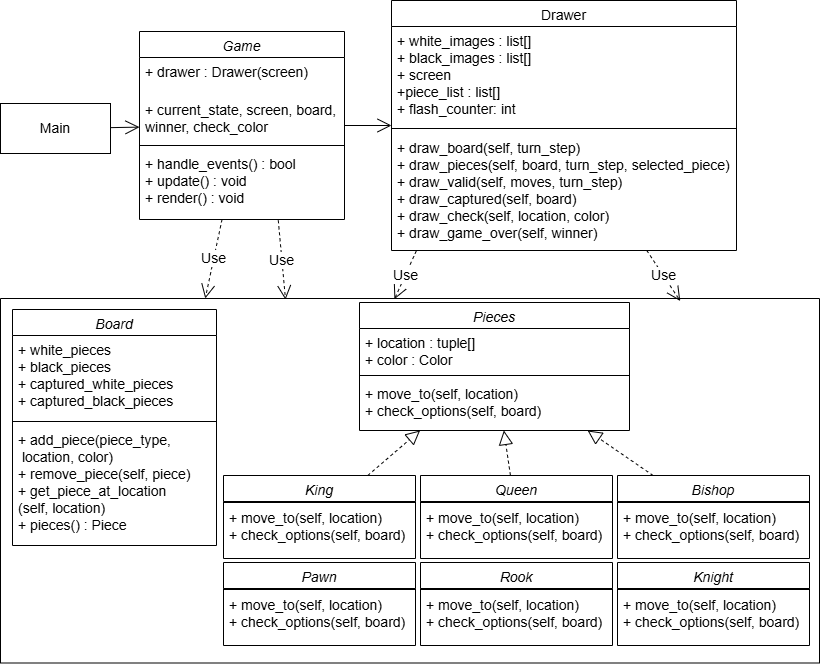
This is diagrams/diagram_facade.png from arturdsilva/pygameChess, a draw.io export, as it was before one commit. Source tidied: cells renumbered, new cells last; positions are measured from the earlier drawing's top-left corner, leaving out a move shared by most shapes. The source it was exported from:
```xml
<mxGraphModel background="#ffffff">
  <root>
    <mxCell id="0" />
    <mxCell id="1" parent="0" />
    <mxCell id="2" value="Game" style="swimlane;fontStyle=2;align=center;verticalAlign=top;horizontal=1;startSize=26;rounded=0;shadow=0;strokeWidth=1;labelBackgroundColor=none;fontSize=14;" parent="1" vertex="1">
      <mxGeometry x="139" y="31" width="205" height="188" as="geometry" />
    </mxCell>
    <mxCell id="3" value="+ drawer : Drawer(screen)" style="text;align=left;verticalAlign=top;spacingLeft=4;spacingRight=4;overflow=hidden;rounded=0;shadow=0;html=0;labelBackgroundColor=none;fontSize=14;" parent="2" vertex="1">
      <mxGeometry y="26" width="205" height="38" as="geometry" />
    </mxCell>
    <mxCell id="4" value="+ current_state, screen, board,&#10;winner, check_color" style="text;align=left;verticalAlign=top;spacingLeft=4;spacingRight=4;overflow=hidden;labelBackgroundColor=none;fontSize=14;" parent="2" vertex="1">
      <mxGeometry y="64" width="205" height="46" as="geometry" />
    </mxCell>
    <mxCell id="5" style="line;html=1;strokeWidth=1;align=left;verticalAlign=middle;spacingTop=-1;spacingLeft=3;spacingRight=3;labelPosition=right;labelBackgroundColor=none;fontSize=14;" parent="2" vertex="1">
      <mxGeometry y="110" width="205" height="8" as="geometry" />
    </mxCell>
    <mxCell id="6" value="+ handle_events() : bool&#10;+ update() : void&#10;+ render() : void" style="text;align=left;verticalAlign=top;spacingLeft=4;spacingRight=4;overflow=hidden;points=[[0,0.5],[1,0.5]];portConstraint=eastwest;labelBackgroundColor=none;fontSize=14;" parent="2" vertex="1">
      <mxGeometry y="118" width="205" height="69" as="geometry" />
    </mxCell>
    <mxCell id="7" value="Drawer" style="swimlane;fontStyle=0;align=center;verticalAlign=top;horizontal=1;startSize=26;rounded=0;shadow=0;strokeWidth=1;labelBackgroundColor=none;fontSize=14;" parent="1" vertex="1">
      <mxGeometry x="391" width="345" height="250" as="geometry" />
    </mxCell>
    <mxCell id="8" value="+ white_images : list[]&#10;+ black_images : list[]&#10;+ screen&#10;+piece_list : list[]&#10;+ flash_counter: int" style="text;align=left;verticalAlign=top;spacingLeft=4;spacingRight=4;overflow=hidden;labelBackgroundColor=none;fontSize=14;" parent="7" vertex="1">
      <mxGeometry y="26" width="345" height="97" as="geometry" />
    </mxCell>
    <mxCell id="9" style="line;html=1;strokeWidth=1;align=left;verticalAlign=middle;spacingTop=-1;spacingLeft=3;spacingRight=3;labelPosition=right;labelBackgroundColor=none;fontSize=14;" parent="7" vertex="1">
      <mxGeometry y="123" width="345" height="10" as="geometry" />
    </mxCell>
    <mxCell id="10" value="+ draw_board(self, turn_step)&#10;+ draw_pieces(self, board, turn_step, selected_piece)&#10;+ draw_valid(self, moves, turn_step)&#10;+ draw_captured(self, board)&#10;+ draw_check(self, location, color)&#10;+ draw_game_over(self, winner)" style="text;align=left;verticalAlign=top;spacingLeft=4;spacingRight=4;overflow=hidden;points=[[0,0.5],[1,0.5]];portConstraint=eastwest;labelBackgroundColor=none;fontSize=14;" parent="7" vertex="1">
      <mxGeometry y="133" width="345" height="117" as="geometry" />
    </mxCell>
    <mxCell id="11" style="endArrow=open;endFill=1;endSize=12;html=1;rounded=0;labelBackgroundColor=none;fontColor=default;fontSize=14;" parent="1" edge="1" source="2" target="7">
      <mxGeometry relative="1" as="geometry" />
    </mxCell>
    <mxCell id="12" value="Main" style="html=1;whiteSpace=wrap;labelBackgroundColor=none;fontSize=14;" parent="1" vertex="1">
      <mxGeometry y="103" width="110" height="50" as="geometry" />
    </mxCell>
    <mxCell id="13" style="endArrow=open;endFill=1;endSize=12;html=1;rounded=0;labelBackgroundColor=none;fontColor=default;fontSize=14;" parent="1" edge="1" source="12" target="2">
      <mxGeometry relative="1" as="geometry" />
    </mxCell>
    <mxCell id="14" value="Use" style="endArrow=open;endSize=12;dashed=1;html=1;rounded=0;fontSize=14;entryX=0.25;entryY=0;entryDx=0;entryDy=0;" parent="1" edge="1" source="2" target="18">
      <mxGeometry relative="1" as="geometry" />
    </mxCell>
    <mxCell id="15" value="Use" style="endArrow=open;endSize=12;dashed=1;html=1;rounded=0;fontSize=14;exitX=0.072;exitY=1.003;exitDx=0;exitDy=0;exitPerimeter=0;entryX=0.481;entryY=0.002;entryDx=0;entryDy=0;entryPerimeter=0;" parent="1" edge="1" source="10" target="18">
      <mxGeometry relative="1" as="geometry" />
    </mxCell>
    <mxCell id="16" value="Use" style="endArrow=open;endSize=12;dashed=1;html=1;rounded=0;fontSize=14;exitX=0.677;exitY=1.027;exitDx=0;exitDy=0;exitPerimeter=0;entryX=0.348;entryY=0.003;entryDx=0;entryDy=0;entryPerimeter=0;" parent="1" edge="1" source="6" target="18">
      <mxGeometry relative="1" as="geometry" />
    </mxCell>
    <mxCell id="17" value="Use" style="endArrow=open;endSize=12;dashed=1;html=1;rounded=0;fontSize=14;entryX=0.83;entryY=0.007;entryDx=0;entryDy=0;entryPerimeter=0;" parent="1" edge="1" source="7" target="18">
      <mxGeometry relative="1" as="geometry" />
    </mxCell>
    <mxCell id="18" style="swimlane;startSize=0;" parent="1" vertex="1">
      <mxGeometry y="298" width="819" height="364.5" as="geometry" />
    </mxCell>
    <mxCell id="19" value="Pieces" style="swimlane;fontStyle=2;align=center;verticalAlign=top;horizontal=1;startSize=26;rounded=0;shadow=0;strokeWidth=1;labelBackgroundColor=none;fontSize=14;" parent="18" vertex="1">
      <mxGeometry x="359" y="4" width="270" height="128" as="geometry" />
    </mxCell>
    <mxCell id="20" value="+ location : tuple[]&#10;+ color : Color" style="text;align=left;verticalAlign=top;spacingLeft=4;spacingRight=4;overflow=hidden;rounded=0;shadow=0;html=0;labelBackgroundColor=none;fontSize=14;" parent="19" vertex="1">
      <mxGeometry y="26" width="270" height="43" as="geometry" />
    </mxCell>
    <mxCell id="21" style="line;html=1;strokeWidth=1;align=left;verticalAlign=middle;spacingTop=-1;spacingLeft=3;spacingRight=3;labelPosition=right;labelBackgroundColor=none;fontSize=14;" parent="19" vertex="1">
      <mxGeometry y="69" width="270" height="8" as="geometry" />
    </mxCell>
    <mxCell id="22" value="+ move_to(self, location)&#10;+ check_options(self, board) " style="text;align=left;verticalAlign=top;spacingLeft=4;spacingRight=4;overflow=hidden;labelBackgroundColor=none;fontSize=14;" parent="19" vertex="1">
      <mxGeometry y="77" width="270" height="49" as="geometry" />
    </mxCell>
    <mxCell id="23" value="Board" style="swimlane;fontStyle=2;align=center;verticalAlign=top;horizontal=1;startSize=26;rounded=0;shadow=0;strokeWidth=1;labelBackgroundColor=none;fontSize=14;" parent="18" vertex="1">
      <mxGeometry x="12" y="11" width="204" height="236" as="geometry" />
    </mxCell>
    <mxCell id="24" value="+ white_pieces&#10;+ black_pieces&#10;+ captured_white_pieces&#10;+ captured_black_pieces" style="text;align=left;verticalAlign=top;spacingLeft=4;spacingRight=4;overflow=hidden;rounded=0;shadow=0;html=0;labelBackgroundColor=none;fontSize=14;" parent="23" vertex="1">
      <mxGeometry y="26" width="204" height="82" as="geometry" />
    </mxCell>
    <mxCell id="25" style="line;html=1;strokeWidth=1;align=left;verticalAlign=middle;spacingTop=-1;spacingLeft=3;spacingRight=3;labelPosition=right;labelBackgroundColor=none;fontSize=14;" parent="23" vertex="1">
      <mxGeometry y="108" width="204" height="8" as="geometry" />
    </mxCell>
    <mxCell id="26" value="+ add_piece(piece_type,&#10; location, color)&#10;+ remove_piece(self, piece)&#10;+ get_piece_at_location&#10;(self, location)&#10;+ pieces() : Piece" style="text;align=left;verticalAlign=top;spacingLeft=4;spacingRight=4;overflow=hidden;labelBackgroundColor=none;fontSize=14;" parent="23" vertex="1">
      <mxGeometry y="116" width="204" height="112" as="geometry" />
    </mxCell>
    <mxCell id="27" value="Queen&#10;" style="swimlane;fontStyle=2;align=center;verticalAlign=top;horizontal=1;startSize=26;rounded=0;shadow=0;strokeWidth=1;labelBackgroundColor=none;fontSize=14;" parent="18" vertex="1">
      <mxGeometry x="420" y="177" width="192" height="83" as="geometry" />
    </mxCell>
    <mxCell id="28" style="line;html=1;strokeWidth=1;align=left;verticalAlign=middle;spacingTop=-1;spacingLeft=3;spacingRight=3;labelPosition=right;labelBackgroundColor=none;fontSize=14;" parent="27" vertex="1">
      <mxGeometry y="26" width="192" height="2" as="geometry" />
    </mxCell>
    <mxCell id="29" value="+ move_to(self, location)&#10;+ check_options(self, board) " style="text;align=left;verticalAlign=top;spacingLeft=4;spacingRight=4;overflow=hidden;labelBackgroundColor=none;fontSize=14;" parent="27" vertex="1">
      <mxGeometry y="28" width="192" height="49" as="geometry" />
    </mxCell>
    <mxCell id="30" value="King" style="swimlane;fontStyle=2;align=center;verticalAlign=top;horizontal=1;startSize=26;rounded=0;shadow=0;strokeWidth=1;labelBackgroundColor=none;fontSize=14;" parent="18" vertex="1">
      <mxGeometry x="223" y="177" width="192" height="83" as="geometry" />
    </mxCell>
    <mxCell id="31" style="line;html=1;strokeWidth=1;align=left;verticalAlign=middle;spacingTop=-1;spacingLeft=3;spacingRight=3;labelPosition=right;labelBackgroundColor=none;fontSize=14;" parent="30" vertex="1">
      <mxGeometry y="26" width="192" height="2" as="geometry" />
    </mxCell>
    <mxCell id="32" value="+ move_to(self, location)&#10;+ check_options(self, board) " style="text;align=left;verticalAlign=top;spacingLeft=4;spacingRight=4;overflow=hidden;labelBackgroundColor=none;fontSize=14;" parent="30" vertex="1">
      <mxGeometry y="28" width="192" height="49" as="geometry" />
    </mxCell>
    <mxCell id="33" value="Pawn" style="swimlane;fontStyle=2;align=center;verticalAlign=top;horizontal=1;startSize=26;rounded=0;shadow=0;strokeWidth=1;labelBackgroundColor=none;fontSize=14;" parent="18" vertex="1">
      <mxGeometry x="223" y="264" width="192" height="83" as="geometry" />
    </mxCell>
    <mxCell id="34" style="line;html=1;strokeWidth=1;align=left;verticalAlign=middle;spacingTop=-1;spacingLeft=3;spacingRight=3;labelPosition=right;labelBackgroundColor=none;fontSize=14;" parent="33" vertex="1">
      <mxGeometry y="26" width="192" height="2" as="geometry" />
    </mxCell>
    <mxCell id="35" value="+ move_to(self, location)&#10;+ check_options(self, board) " style="text;align=left;verticalAlign=top;spacingLeft=4;spacingRight=4;overflow=hidden;labelBackgroundColor=none;fontSize=14;" parent="33" vertex="1">
      <mxGeometry y="28" width="192" height="49" as="geometry" />
    </mxCell>
    <mxCell id="36" value="Rook" style="swimlane;fontStyle=2;align=center;verticalAlign=top;horizontal=1;startSize=26;rounded=0;shadow=0;strokeWidth=1;labelBackgroundColor=none;fontSize=14;" parent="18" vertex="1">
      <mxGeometry x="420" y="264" width="192" height="83" as="geometry" />
    </mxCell>
    <mxCell id="37" style="line;html=1;strokeWidth=1;align=left;verticalAlign=middle;spacingTop=-1;spacingLeft=3;spacingRight=3;labelPosition=right;labelBackgroundColor=none;fontSize=14;" parent="36" vertex="1">
      <mxGeometry y="26" width="192" height="2" as="geometry" />
    </mxCell>
    <mxCell id="38" value="+ move_to(self, location)&#10;+ check_options(self, board) " style="text;align=left;verticalAlign=top;spacingLeft=4;spacingRight=4;overflow=hidden;labelBackgroundColor=none;fontSize=14;" parent="36" vertex="1">
      <mxGeometry y="28" width="192" height="49" as="geometry" />
    </mxCell>
    <mxCell id="39" value="Bishop" style="swimlane;fontStyle=2;align=center;verticalAlign=top;horizontal=1;startSize=26;rounded=0;shadow=0;strokeWidth=1;labelBackgroundColor=none;fontSize=14;" parent="18" vertex="1">
      <mxGeometry x="617" y="177" width="192" height="83" as="geometry" />
    </mxCell>
    <mxCell id="40" style="line;html=1;strokeWidth=1;align=left;verticalAlign=middle;spacingTop=-1;spacingLeft=3;spacingRight=3;labelPosition=right;labelBackgroundColor=none;fontSize=14;" parent="39" vertex="1">
      <mxGeometry y="26" width="192" height="2" as="geometry" />
    </mxCell>
    <mxCell id="41" value="+ move_to(self, location)&#10;+ check_options(self, board) " style="text;align=left;verticalAlign=top;spacingLeft=4;spacingRight=4;overflow=hidden;labelBackgroundColor=none;fontSize=14;" parent="39" vertex="1">
      <mxGeometry y="28" width="192" height="49" as="geometry" />
    </mxCell>
    <mxCell id="42" value="Knight" style="swimlane;fontStyle=2;align=center;verticalAlign=top;horizontal=1;startSize=26;rounded=0;shadow=0;strokeWidth=1;labelBackgroundColor=none;fontSize=14;" parent="18" vertex="1">
      <mxGeometry x="617" y="264" width="192" height="83" as="geometry" />
    </mxCell>
    <mxCell id="43" style="line;html=1;strokeWidth=1;align=left;verticalAlign=middle;spacingTop=-1;spacingLeft=3;spacingRight=3;labelPosition=right;labelBackgroundColor=none;fontSize=14;" parent="42" vertex="1">
      <mxGeometry y="26" width="192" height="2" as="geometry" />
    </mxCell>
    <mxCell id="44" value="+ move_to(self, location)&#10;+ check_options(self, board) " style="text;align=left;verticalAlign=top;spacingLeft=4;spacingRight=4;overflow=hidden;labelBackgroundColor=none;fontSize=14;" parent="42" vertex="1">
      <mxGeometry y="28" width="192" height="49" as="geometry" />
    </mxCell>
    <mxCell id="45" style="endArrow=block;dashed=1;endFill=0;endSize=12;html=1;rounded=0;" parent="18" edge="1" source="30" target="19">
      <mxGeometry relative="1" as="geometry" />
    </mxCell>
    <mxCell id="46" style="endArrow=block;dashed=1;endFill=0;endSize=12;html=1;rounded=0;" parent="18" edge="1" source="27" target="19">
      <mxGeometry relative="1" as="geometry" />
    </mxCell>
    <mxCell id="47" style="endArrow=block;dashed=1;endFill=0;endSize=12;html=1;rounded=0;" parent="18" edge="1" target="19">
      <mxGeometry relative="1" as="geometry">
        <mxPoint x="652.6" y="177" as="sourcePoint" />
      </mxGeometry>
    </mxCell>
  </root>
</mxGraphModel>
```
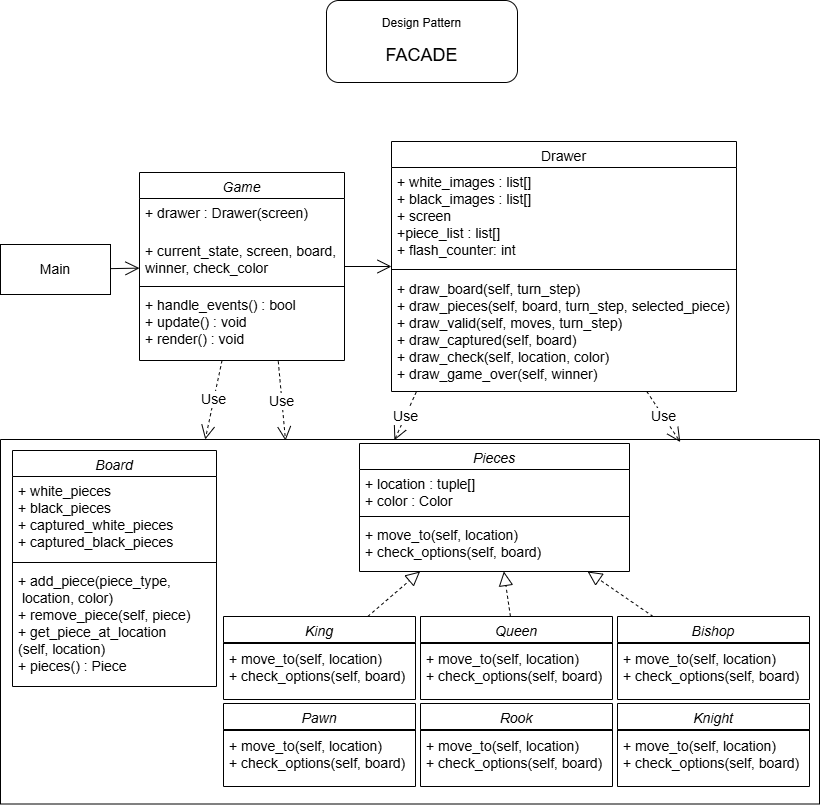
The same diagram one commit later.

Commit message:
feat: add title to diagrams

What changed in the source:
```diff
@@ -142,5 +142,8 @@
         <mxPoint x="652.6" y="177" as="sourcePoint" />
       </mxGeometry>
     </mxCell>
+    <mxCell id="48" value="Design Pattern&lt;div&gt;&lt;br&gt;&lt;div&gt;&lt;font style=&quot;font-size: 18px;&quot;&gt;FACADE&lt;/font&gt;&lt;/div&gt;&lt;/div&gt;" style="rounded=1;whiteSpace=wrap;html=1;" parent="1" vertex="1">
+      <mxGeometry x="326" y="-141" width="191" height="82" as="geometry" />
+    </mxCell>
   </root>
 </mxGraphModel>
```
